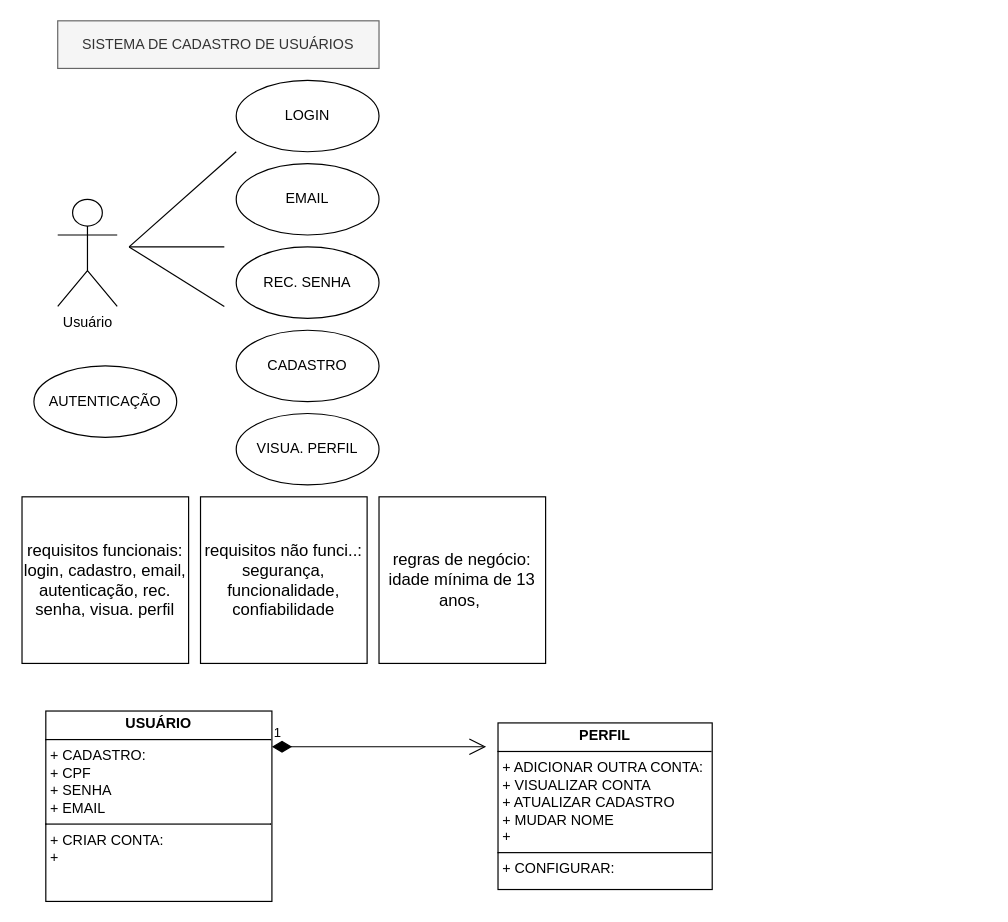
Above: page "Página-6" (6 of 6) of Diagrama sem nome.drawio in iisabelleandrade/diagramasderequisitos (draw.io), before the change. Source tidied: cells renumbered, new cells numbered last; positions are measured from the earlier drawing's top-left corner, leaving out a move shared by most shapes. Both pictures are drawn from the tidied source at 119%, with x=0, y=0 at pixel (21, 20).
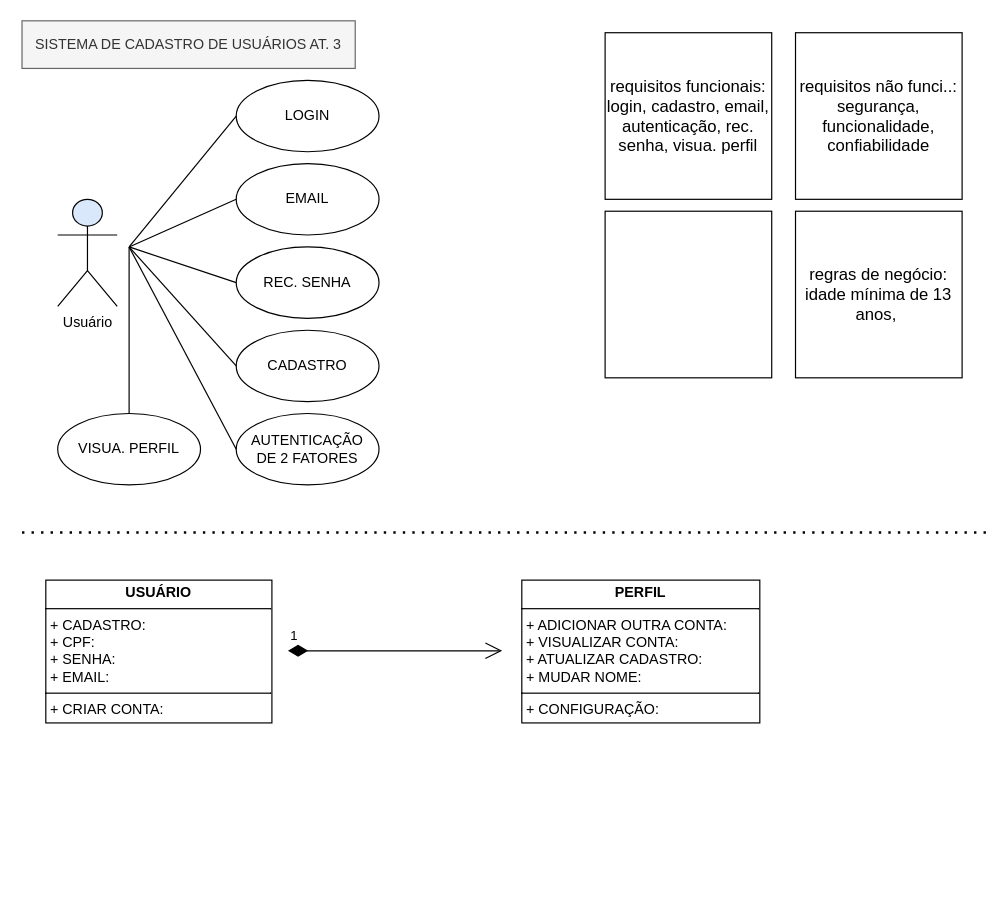
After the change.

Unchanged cells that the change refers to:
```xml
<mxCell id="4" value="CADASTRO" style="ellipse;whiteSpace=wrap;html=1;" parent="1" vertex="1">
  <mxGeometry x="180" y="260" width="120" height="60" as="geometry" />
</mxCell>
<mxCell id="5" value="LOGIN" style="ellipse;whiteSpace=wrap;html=1;" parent="1" vertex="1">
  <mxGeometry x="180" y="50" width="120" height="60" as="geometry" />
</mxCell>
<mxCell id="6" value="EMAIL" style="ellipse;whiteSpace=wrap;html=1;" parent="1" vertex="1">
  <mxGeometry x="180" y="120" width="120" height="60" as="geometry" />
</mxCell>
<mxCell id="14" value="REC. SENHA" style="ellipse;whiteSpace=wrap;html=1;" parent="1" vertex="1">
  <mxGeometry x="180" y="190" width="120" height="60" as="geometry" />
</mxCell>
```

The edit, as a diff of the source:
```diff
@@
-    <mxCell id="2" value="SISTEMA DE CADASTRO DE USUÁRIOS" style="rounded=0;whiteSpace=wrap;html=1;fillColor=#f5f5f5;fontColor=#333333;strokeColor=#666666;" parent="1" vertex="1">
-      <mxGeometry x="30" width="270" height="40" as="geometry" />
+    <mxCell id="2" value="SISTEMA DE CADASTRO DE USUÁRIOS AT. 3" style="rounded=0;whiteSpace=wrap;html=1;fillColor=#f5f5f5;fontColor=#333333;strokeColor=#666666;" parent="1" vertex="1">
+      <mxGeometry width="280" height="40" as="geometry" />
     </mxCell>
-    <mxCell id="3" value="Usuário" style="shape=umlActor;verticalLabelPosition=bottom;verticalAlign=top;html=1;" parent="1" vertex="1">
+    <mxCell id="3" value="Usuário" style="shape=umlActor;verticalLabelPosition=bottom;verticalAlign=top;html=1;fillColor=#dae8fc;strokeColor=default;fillStyle=auto;" parent="1" vertex="1">
       <mxGeometry x="30" y="150" width="50" height="90" as="geometry" />
     </mxCell>
@@
-    <mxCell id="7" style="endArrow=none;html=1;rounded=0;" parent="1" edge="1">
+    <mxCell id="7" style="endArrow=none;html=1;rounded=0;entryX=0;entryY=0.5;entryDx=0;entryDy=0;" parent="1" edge="1" target="5">
       <mxGeometry relative="1" as="geometry">
         <mxPoint x="90" y="190" as="sourcePoint" />
-        <mxPoint x="180" y="110" as="targetPoint" />
       </mxGeometry>
     </mxCell>
-    <mxCell id="8" style="endArrow=none;html=1;rounded=0;" parent="1" edge="1">
+    <mxCell id="8" style="endArrow=none;html=1;rounded=0;entryX=0;entryY=0.5;entryDx=0;entryDy=0;" parent="1" edge="1" target="14">
       <mxGeometry relative="1" as="geometry">
         <mxPoint x="90" y="190" as="sourcePoint" />
-        <mxPoint x="170" y="190" as="targetPoint" />
       </mxGeometry>
     </mxCell>
-    <mxCell id="9" style="endArrow=none;html=1;rounded=0;" parent="1" edge="1">
+    <mxCell id="9" style="endArrow=none;html=1;rounded=0;entryX=0;entryY=0.5;entryDx=0;entryDy=0;" parent="1" edge="1" target="4">
       <mxGeometry relative="1" as="geometry">
         <mxPoint x="90" y="190" as="sourcePoint" />
-        <mxPoint x="170" y="240" as="targetPoint" />
       </mxGeometry>
     </mxCell>
-    <mxCell id="10" value="AUTENTICAÇÃO" style="ellipse;whiteSpace=wrap;html=1;" parent="1" vertex="1">
-      <mxGeometry x="10" y="290" width="120" height="60" as="geometry" />
+    <mxCell id="10" value="AUTENTICAÇÃO&lt;div&gt;DE 2 FATORES&lt;/div&gt;" style="ellipse;whiteSpace=wrap;html=1;" parent="1" vertex="1">
+      <mxGeometry x="180" y="330" width="120" height="60" as="geometry" />
     </mxCell>
     <mxCell id="11" value="&lt;font style=&quot;font-size: 14px;&quot;&gt;requisitos funcionais:&lt;/font&gt;&lt;div&gt;&lt;font style=&quot;font-size: 14px;&quot;&gt;login, cadastro, email, autenticação, rec. senha, visua. perfil&lt;/font&gt;&lt;/div&gt;" style="whiteSpace=wrap;html=1;" parent="1" vertex="1">
-      <mxGeometry y="400" width="140" height="140" as="geometry" />
+      <mxGeometry x="490" y="10" width="140" height="140" as="geometry" />
     </mxCell>
     <mxCell id="12" value="&lt;font style=&quot;font-size: 14px;&quot;&gt;requisitos não funci..:&lt;/font&gt;&lt;div&gt;&lt;font style=&quot;font-size: 14px;&quot;&gt;segurança, funcionalidade, confiabilidade&lt;/font&gt;&lt;/div&gt;" style="whiteSpace=wrap;html=1;" parent="1" vertex="1">
-      <mxGeometry x="150" y="400" width="140" height="140" as="geometry" />
+      <mxGeometry x="650" y="10" width="140" height="140" as="geometry" />
     </mxCell>
     <mxCell id="13" value="&lt;font&gt;regras de negócio:&lt;/font&gt;&lt;div&gt;idade mínima de 13 anos,&amp;nbsp;&lt;/div&gt;" style="whiteSpace=wrap;html=1;fontSize=14;" parent="1" vertex="1">
-      <mxGeometry x="300" y="400" width="140" height="140" as="geometry" />
+      <mxGeometry x="650" y="160" width="140" height="140" as="geometry" />
     </mxCell>
@@
     <mxCell id="15" value="VISUA. PERFIL" style="ellipse;whiteSpace=wrap;html=1;" parent="1" vertex="1">
-      <mxGeometry x="180" y="330" width="120" height="60" as="geometry" />
+      <mxGeometry x="30" y="330" width="120" height="60" as="geometry" />
     </mxCell>
-    <mxCell id="16" value="1" style="endArrow=open;html=1;endSize=12;startArrow=diamondThin;startSize=14;startFill=1;edgeStyle=orthogonalEdgeStyle;align=left;verticalAlign=bottom;rounded=0;" parent="1" edge="1" source="18">
+    <mxCell id="16" value="1" style="endArrow=open;html=1;endSize=12;startArrow=diamondThin;startSize=14;startFill=1;edgeStyle=orthogonalEdgeStyle;align=left;verticalAlign=bottom;rounded=0;" parent="1" edge="1">
       <mxGeometry x="-1" y="3" relative="1" as="geometry">
-        <mxPoint x="390" y="610" as="targetPoint" />
+        <mxPoint x="223.5" y="529.4" as="sourcePoint" />
+        <mxPoint x="403.5" y="529.4" as="targetPoint" />
         <Array as="points">
-          <mxPoint x="320" y="610" />
-          <mxPoint x="320" y="610" />
+          <mxPoint x="333.5" y="529.4" />
+          <mxPoint x="333.5" y="529.4" />
         </Array>
       </mxGeometry>
     </mxCell>
-    <mxCell id="17" value="&lt;p style=&quot;margin:0px;margin-top:4px;text-align:center;&quot;&gt;&lt;b&gt;PERFIL&lt;/b&gt;&lt;/p&gt;&lt;hr size=&quot;1&quot; style=&quot;border-style:solid;&quot;&gt;&lt;p style=&quot;margin:0px;margin-left:4px;&quot;&gt;+ ADICIONAR OUTRA CONTA:&amp;nbsp;&lt;/p&gt;&lt;p style=&quot;margin:0px;margin-left:4px;&quot;&gt;+ VISUALIZAR CONTA&lt;/p&gt;&lt;p style=&quot;margin:0px;margin-left:4px;&quot;&gt;+ ATUALIZAR CADASTRO&lt;/p&gt;&lt;p style=&quot;margin:0px;margin-left:4px;&quot;&gt;+ MUDAR NOME&lt;/p&gt;&lt;p style=&quot;margin:0px;margin-left:4px;&quot;&gt;+&lt;/p&gt;&lt;hr size=&quot;1&quot; style=&quot;border-style:solid;&quot;&gt;&lt;p style=&quot;margin:0px;margin-left:4px;&quot;&gt;+ CONFIGURAR:&amp;nbsp;&lt;/p&gt;" style="verticalAlign=top;align=left;overflow=fill;html=1;whiteSpace=wrap;rounded=0;shadow=0;glass=0;" parent="1" vertex="1">
-      <mxGeometry x="400" y="590" width="180" height="140" as="geometry" />
+    <mxCell id="17" value="&lt;p style=&quot;margin:0px;margin-top:4px;text-align:center;&quot;&gt;&lt;b&gt;PERFIL&lt;/b&gt;&lt;/p&gt;&lt;hr size=&quot;1&quot; style=&quot;border-style:solid;&quot;&gt;&lt;p style=&quot;margin:0px;margin-left:4px;&quot;&gt;+ ADICIONAR OUTRA CONTA:&amp;nbsp;&lt;/p&gt;&lt;p style=&quot;margin:0px;margin-left:4px;&quot;&gt;+ VISUALIZAR CONTA:&lt;/p&gt;&lt;p style=&quot;margin:0px;margin-left:4px;&quot;&gt;+ ATUALIZAR CADASTRO:&lt;/p&gt;&lt;p style=&quot;margin:0px;margin-left:4px;&quot;&gt;+ MUDAR NOME:&lt;/p&gt;&lt;hr size=&quot;1&quot; style=&quot;border-style:solid;&quot;&gt;&lt;p style=&quot;margin:0px;margin-left:4px;&quot;&gt;+ CONFIGURAÇÃO:&amp;nbsp;&lt;/p&gt;" style="verticalAlign=top;align=left;overflow=fill;html=1;whiteSpace=wrap;rounded=0;shadow=0;glass=0;" parent="1" vertex="1">
+      <mxGeometry x="420" y="470" width="200" height="120" as="geometry" />
     </mxCell>
-    <mxCell id="18" value="&lt;p style=&quot;margin:0px;margin-top:4px;text-align:center;&quot;&gt;&lt;b&gt;USUÁRIO&lt;/b&gt;&lt;/p&gt;&lt;hr size=&quot;1&quot; style=&quot;border-style:solid;&quot;&gt;&lt;p style=&quot;margin:0px;margin-left:4px;&quot;&gt;+ CADASTRO:&lt;/p&gt;&lt;p style=&quot;margin:0px;margin-left:4px;&quot;&gt;+ CPF&lt;/p&gt;&lt;p style=&quot;margin:0px;margin-left:4px;&quot;&gt;&lt;span style=&quot;background-color: transparent; color: light-dark(rgb(0, 0, 0), rgb(255, 255, 255));&quot;&gt;+ SENHA&lt;/span&gt;&lt;/p&gt;&lt;p style=&quot;margin:0px;margin-left:4px;&quot;&gt;&lt;span style=&quot;background-color: transparent; color: light-dark(rgb(0, 0, 0), rgb(255, 255, 255));&quot;&gt;+ EMAIL&lt;/span&gt;&lt;/p&gt;&lt;hr size=&quot;1&quot; style=&quot;border-style:solid;&quot;&gt;&lt;p style=&quot;margin:0px;margin-left:4px;&quot;&gt;+ CRIAR CONTA:&amp;nbsp;&lt;/p&gt;&lt;p style=&quot;margin:0px;margin-left:4px;&quot;&gt;+&lt;/p&gt;" style="verticalAlign=top;align=left;overflow=fill;html=1;whiteSpace=wrap;" parent="1" vertex="1">
-      <mxGeometry x="20" y="580" width="190" height="160" as="geometry" />
+    <mxCell id="18" value="&lt;p style=&quot;margin:0px;margin-top:4px;text-align:center;&quot;&gt;&lt;b&gt;USUÁRIO&lt;/b&gt;&lt;/p&gt;&lt;hr size=&quot;1&quot; style=&quot;border-style:solid;&quot;&gt;&lt;p style=&quot;margin:0px;margin-left:4px;&quot;&gt;+ CADASTRO:&lt;/p&gt;&lt;p style=&quot;margin:0px;margin-left:4px;&quot;&gt;+ CPF:&lt;/p&gt;&lt;p style=&quot;margin:0px;margin-left:4px;&quot;&gt;&lt;span style=&quot;background-color: transparent; color: light-dark(rgb(0, 0, 0), rgb(255, 255, 255));&quot;&gt;+ SENHA:&lt;/span&gt;&lt;/p&gt;&lt;p style=&quot;margin:0px;margin-left:4px;&quot;&gt;&lt;span style=&quot;background-color: transparent; color: light-dark(rgb(0, 0, 0), rgb(255, 255, 255));&quot;&gt;+ EMAIL:&lt;/span&gt;&lt;/p&gt;&lt;hr size=&quot;1&quot; style=&quot;border-style:solid;&quot;&gt;&lt;p style=&quot;margin:0px;margin-left:4px;&quot;&gt;+ CRIAR CONTA:&amp;nbsp;&lt;/p&gt;&lt;p style=&quot;margin:0px;margin-left:4px;&quot;&gt;&lt;br&gt;&lt;/p&gt;" style="verticalAlign=top;align=left;overflow=fill;html=1;whiteSpace=wrap;" parent="1" vertex="1">
+      <mxGeometry x="20" y="470" width="190" height="120" as="geometry" />
     </mxCell>
+    <mxCell id="19" style="endArrow=none;html=1;rounded=0;entryX=0;entryY=0.5;entryDx=0;entryDy=0;" parent="1" edge="1" target="6">
+      <mxGeometry relative="1" as="geometry">
+        <mxPoint x="90" y="190" as="sourcePoint" />
+      </mxGeometry>
+    </mxCell>
+    <mxCell id="20" style="endArrow=none;html=1;rounded=0;exitX=0.5;exitY=0;exitDx=0;exitDy=0;" parent="1" edge="1" source="15">
+      <mxGeometry relative="1" as="geometry">
+        <mxPoint x="90" y="190" as="targetPoint" />
+      </mxGeometry>
+    </mxCell>
+    <mxCell id="21" style="endArrow=none;html=1;rounded=0;exitX=0;exitY=0.5;exitDx=0;exitDy=0;" parent="1" edge="1" source="10">
+      <mxGeometry relative="1" as="geometry">
+        <mxPoint x="90" y="190" as="targetPoint" />
+      </mxGeometry>
+    </mxCell>
+    <mxCell id="22" style="endArrow=none;dashed=1;html=1;dashPattern=1 3;strokeWidth=2;rounded=0;" parent="1" edge="1">
+      <mxGeometry relative="1" as="geometry">
+        <mxPoint y="430" as="sourcePoint" />
+        <mxPoint x="810" y="430" as="targetPoint" />
+      </mxGeometry>
+    </mxCell>
+    <mxCell id="23" style="whiteSpace=wrap;html=1;" parent="1" vertex="1">
+      <mxGeometry x="490" y="160" width="140" height="140" as="geometry" />
+    </mxCell>
```
